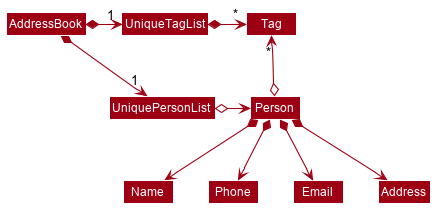
Before: docs/images/BetterModelClassDiagram.png, a diagram exported from PlantUML (nus-cs2103-AY1920S2/addressbook-level3).
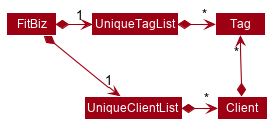
Above is the later version.

Diff of the diagram source:
```diff
@@ -51,18 +51,13 @@
 skinparam arrowColor #9D0012
 skinparam classBackgroundColor #9D0012
 
-AddressBook *-right-> "1" UniquePersonList
-AddressBook *-right-> "1" UniqueTagList
-UniqueTagList -[hidden]down- UniquePersonList
-UniqueTagList -[hidden]down- UniquePersonList
+FitBiz *-right-> "1" UniqueClientList
+FitBiz *-right-> "1" UniqueTagList
+UniqueTagList -[hidden]down- UniqueClientList
+UniqueTagList -[hidden]down- UniqueClientList
 
 UniqueTagList *-right-> "*" Tag
-UniquePersonList o-right-> Person
+UniqueClientList *-right-> "*" Client
 
-Person o-up-> "*" Tag
-
-Person *--> Name
-Person *--> Phone
-Person *--> Email
-Person *--> Address
+Client *-up-> "*" Tag
 @enduml
```
